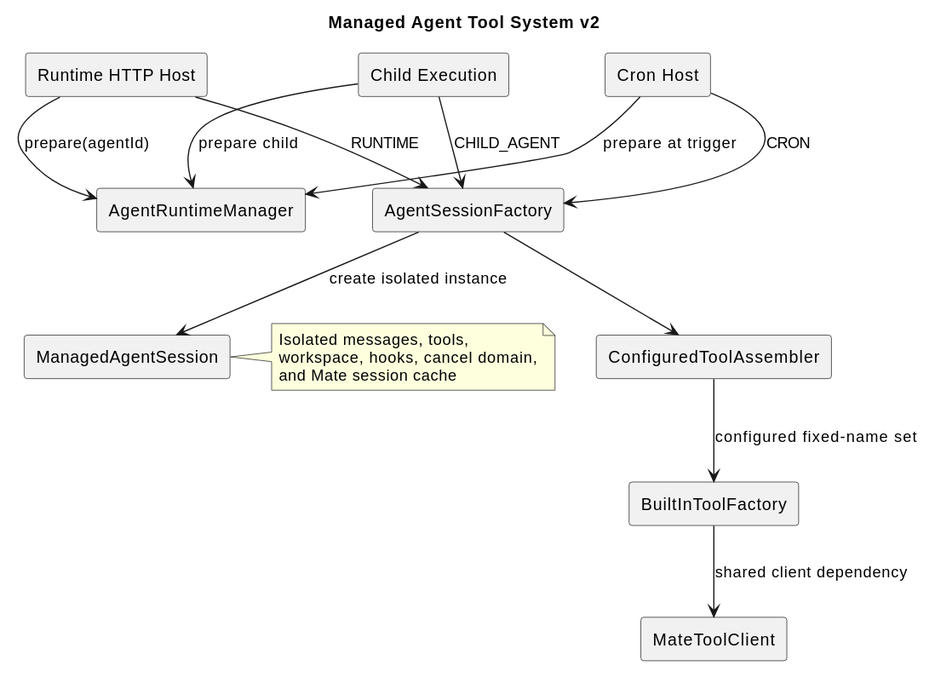
2862282695gjh-afk/pi-mono-java keeps this PlantUML diagram as docs/designs/tool-system-v2/tool_system_architecture.svg. Above is the earlier version.
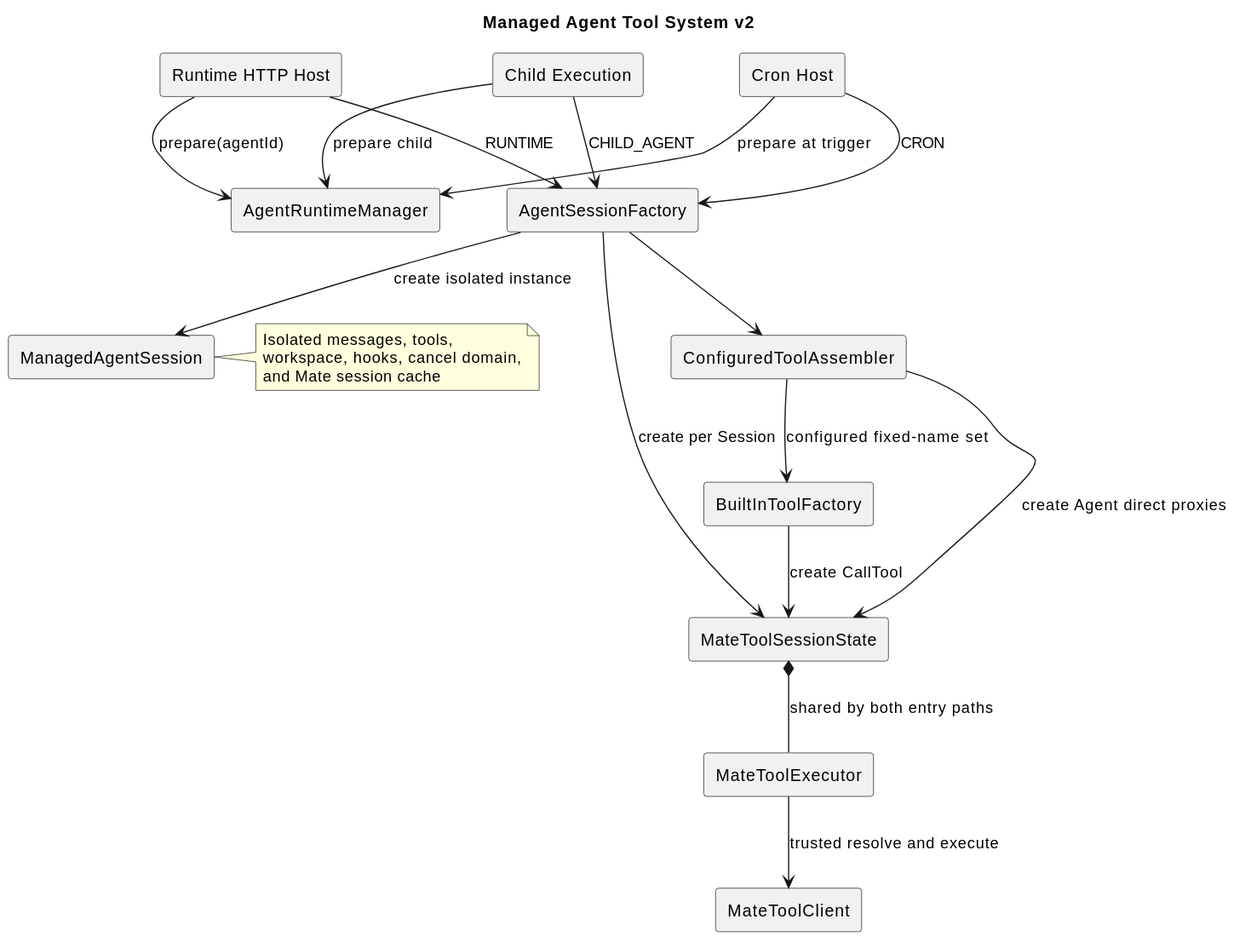
After the change.

What changed in the source:
```diff
@@ -12,6 +12,8 @@
 component "BuiltInToolFactory" as ToolFactory
 component "AgentRuntimeManager" as RuntimeManager
 component "MateToolClient" as Mate
+component "MateToolSessionState" as State
+component "MateToolExecutor" as Executor
 
 Runtime --> RuntimeManager : prepare(agentId)
 Cron --> RuntimeManager : prepare at trigger
@@ -22,7 +24,11 @@
 Factory --> Session : create isolated instance
 Factory --> Assembler
 Assembler --> ToolFactory : configured fixed-name set
-ToolFactory --> Mate : shared client dependency
+Factory --> State : create per Session
+Assembler --> State : create Agent direct proxies
+ToolFactory --> State : create CallTool
+State *-- Executor : shared by both entry paths
+Executor --> Mate : trusted resolve and execute
 note right of Session
   Isolated messages, tools,
   workspace, hooks, cancel domain,
```
